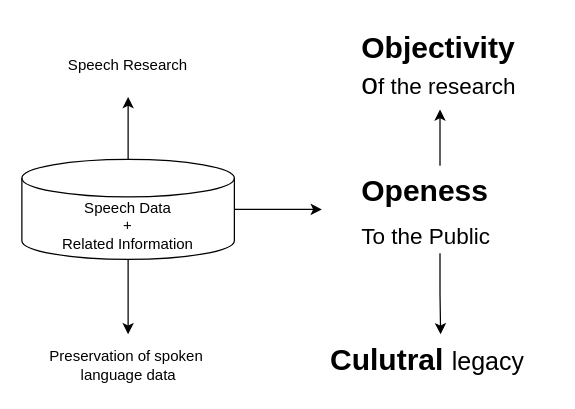
bagustris/draw_io keeps this draw.io diagram as img/Necessity_speech_corpora.drawio. Above is the earlier version. Source tidied: cells renumbered, new cells numbered last; positions are measured from the earlier drawing's top-left corner, leaving out a move shared by most shapes. Both pictures are drawn from the tidied source at 125%, with x=0, y=0 at pixel (21, 21).
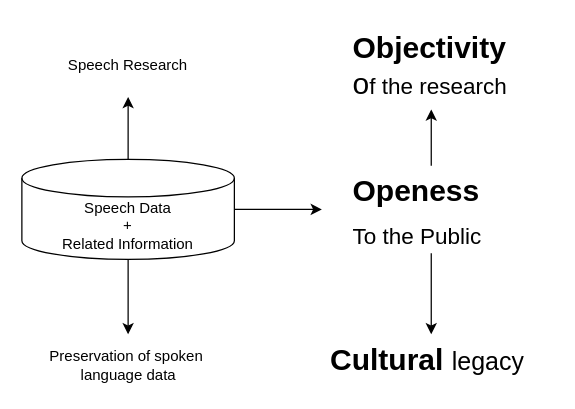
After the change.

Change to the diagram source:
```diff
@@
 <mxGraphModel>
   <root>
     <mxCell id="0" />
     <mxCell id="1" parent="0" />
     <mxCell id="2" style="edgeStyle=orthogonalEdgeStyle;rounded=0;jettySize=auto;html=1;exitX=0.5;exitY=1;exitDx=0;exitDy=0;exitPerimeter=0;" parent="1" edge="1" source="5">
       <mxGeometry relative="1" as="geometry">
         <mxPoint x="85" y="250" as="targetPoint" />
       </mxGeometry>
     </mxCell>
     <mxCell id="3" style="edgeStyle=orthogonalEdgeStyle;rounded=0;jettySize=auto;html=1;exitX=0.5;exitY=0;exitDx=0;exitDy=0;exitPerimeter=0;" parent="1" edge="1" source="5">
       <mxGeometry relative="1" as="geometry">
         <mxPoint x="85" y="60" as="targetPoint" />
       </mxGeometry>
     </mxCell>
     <mxCell id="4" style="edgeStyle=orthogonalEdgeStyle;rounded=0;jettySize=auto;html=1;exitX=1;exitY=0.5;exitDx=0;exitDy=0;exitPerimeter=0;" parent="1" edge="1" source="5">
       <mxGeometry relative="1" as="geometry">
         <mxPoint x="240" y="150" as="targetPoint" />
       </mxGeometry>
     </mxCell>
     <mxCell id="5" value="Speech Data&lt;div&gt;+&lt;/div&gt;&lt;div&gt;Related Information&lt;/div&gt;" style="shape=cylinder3;whiteSpace=wrap;html=1;boundedLbl=1;backgroundOutline=1;size=15;" parent="1" vertex="1">
       <mxGeometry y="110" width="170" height="80" as="geometry" />
     </mxCell>
     <mxCell id="6" value="Speech Research" style="text;html=1;align=center;verticalAlign=middle;whiteSpace=wrap;rounded=0;" parent="1" vertex="1">
       <mxGeometry x="25" y="20" width="120" height="30" as="geometry" />
     </mxCell>
     <mxCell id="7" value="Preservation of spoken&amp;nbsp;&lt;div&gt;language data&lt;/div&gt;" style="text;html=1;align=center;verticalAlign=middle;whiteSpace=wrap;rounded=0;" parent="1" vertex="1">
       <mxGeometry x="17.5" y="260" width="135" height="30" as="geometry" />
     </mxCell>
     <mxCell id="8" style="edgeStyle=orthogonalEdgeStyle;rounded=0;jettySize=auto;html=1;exitX=0.5;exitY=0;exitDx=0;exitDy=0;entryX=0.5;entryY=1;entryDx=0;entryDy=0;" parent="1" edge="1" source="10" target="11">
       <mxGeometry relative="1" as="geometry" />
     </mxCell>
     <mxCell id="9" style="edgeStyle=orthogonalEdgeStyle;rounded=0;jettySize=auto;html=1;exitX=0.5;exitY=1;exitDx=0;exitDy=0;entryX=0.5;entryY=0;entryDx=0;entryDy=0;" parent="1" edge="1" source="10" target="12">
       <mxGeometry relative="1" as="geometry" />
     </mxCell>
     <mxCell id="10" value="&lt;h1 style=&quot;margin-top: 0px;&quot;&gt;Openess&lt;/h1&gt;&lt;div&gt;&lt;font style=&quot;font-size: 18px; line-height: 10%;&quot;&gt;To the Public&lt;/font&gt;&lt;/div&gt;" style="text;html=1;whiteSpace=wrap;overflow=hidden;rounded=0;" parent="1" vertex="1">
-      <mxGeometry x="270" y="115" width="129" height="70" as="geometry" />
+      <mxGeometry x="263" y="115" width="129" height="70" as="geometry" />
     </mxCell>
     <mxCell id="11" value="&lt;h1 style=&quot;margin-top: 0px;&quot;&gt;&lt;span style=&quot;background-color: transparent; color: light-dark(rgb(0, 0, 0), rgb(255, 255, 255));&quot;&gt;Objectivity &lt;span style=&quot;font-weight: normal;&quot;&gt;o&lt;/span&gt;&lt;span style=&quot;font-size: 18px; font-weight: 400;&quot;&gt;f the research&lt;/span&gt;&lt;/span&gt;&lt;/h1&gt;" style="text;html=1;whiteSpace=wrap;overflow=hidden;rounded=0;" parent="1" vertex="1">
-      <mxGeometry x="270" width="129" height="70" as="geometry" />
+      <mxGeometry x="263" width="129" height="70" as="geometry" />
     </mxCell>
-    <mxCell id="12" value="&lt;h1 style=&quot;margin-top: 0px;&quot;&gt;&lt;span style=&quot;background-color: transparent; color: light-dark(rgb(0, 0, 0), rgb(255, 255, 255));&quot;&gt;Culutral &lt;span style=&quot;font-weight: 400;&quot;&gt;&lt;font style=&quot;font-size: 20px;&quot;&gt;legacy&lt;/font&gt;&lt;/span&gt;&lt;/span&gt;&lt;/h1&gt;" style="text;html=1;whiteSpace=wrap;overflow=hidden;rounded=0;" parent="1" vertex="1">
-      <mxGeometry x="245" y="250" width="180" height="40" as="geometry" />
+    <mxCell id="12" value="&lt;h1 style=&quot;margin-top: 0px;&quot;&gt;&lt;span style=&quot;background-color: transparent; color: light-dark(rgb(0, 0, 0), rgb(255, 255, 255));&quot;&gt;Cultural &lt;span style=&quot;font-weight: 400;&quot;&gt;&lt;font style=&quot;font-size: 20px;&quot;&gt;legacy&lt;/font&gt;&lt;/span&gt;&lt;/span&gt;&lt;/h1&gt;" style="text;html=1;whiteSpace=wrap;overflow=hidden;rounded=0;" parent="1" vertex="1">
+      <mxGeometry x="245" y="250" width="165" height="40" as="geometry" />
     </mxCell>
   </root>
 </mxGraphModel>
```
